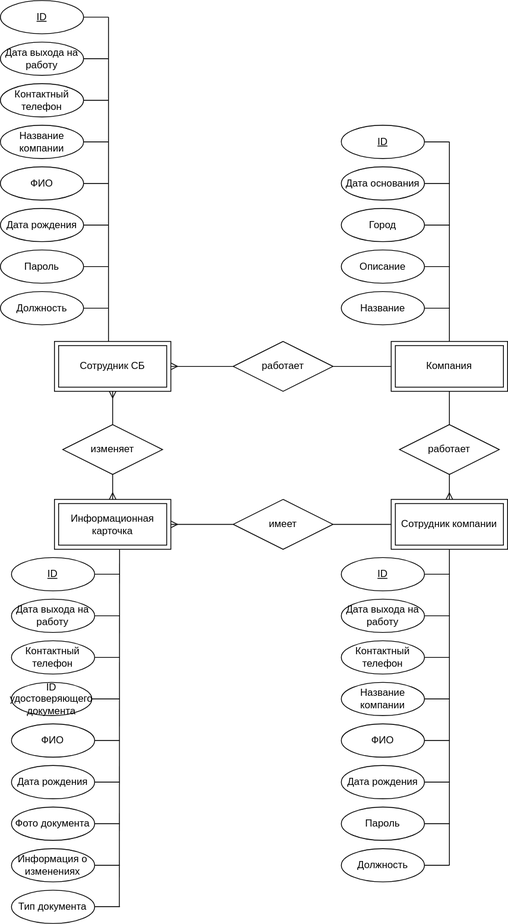
Above: diagrams/ER.svg in pstpn/PPO (draw.io), before the change. Source tidied: cells renumbered, new cells last; positions are measured from the earlier drawing's top-left corner, leaving out a move shared by most shapes.
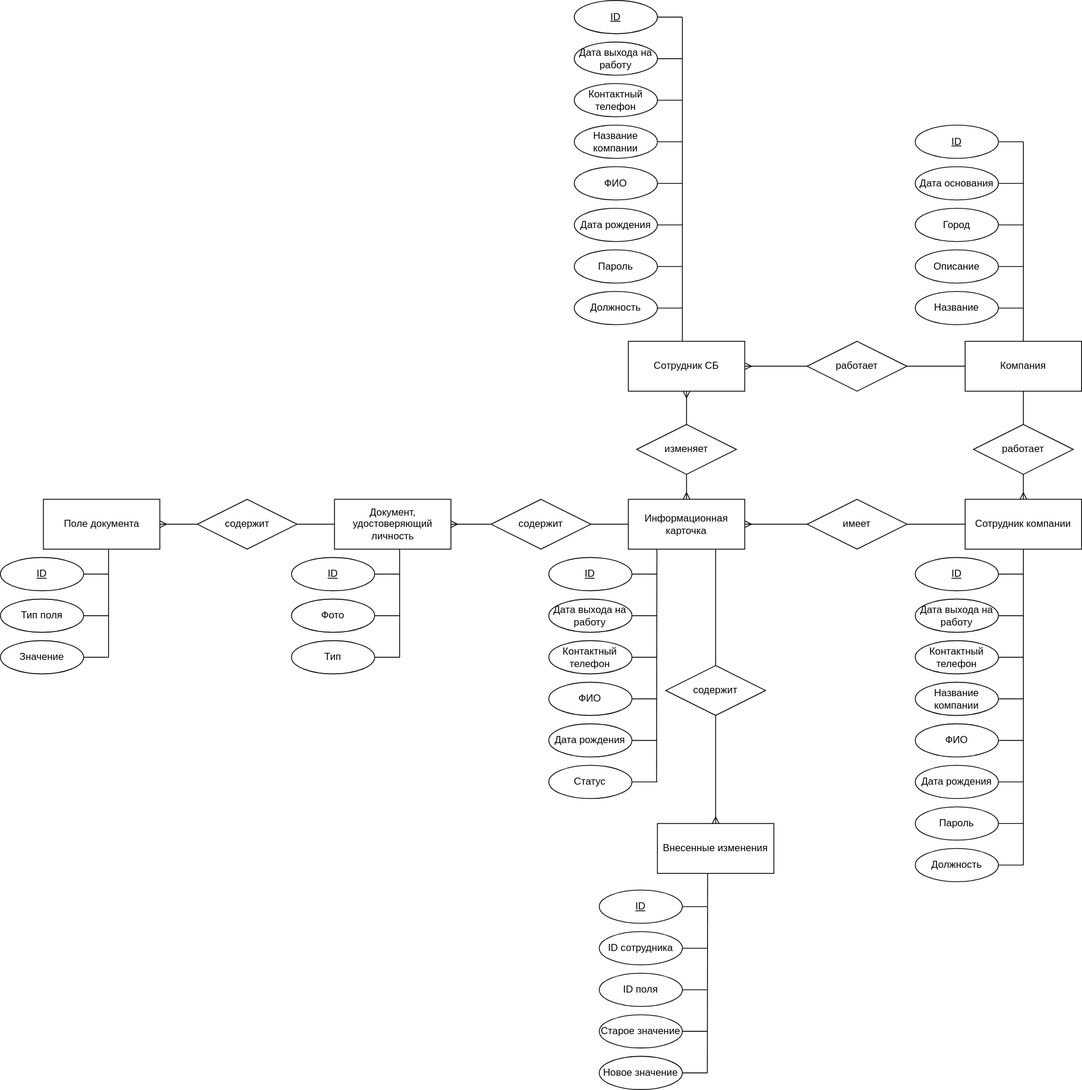
Later version of the same file.

Commit message:
updating ER and use-case

Diff of the diagram source:
```diff
@@ -2,7 +2,7 @@
   <root>
     <mxCell id="0" />
     <mxCell id="1" parent="0" />
-    <mxCell id="2" value="Сотрудник СБ" style="shape=ext;margin=3;double=1;whiteSpace=wrap;html=1;align=center;" parent="1" vertex="1">
+    <mxCell id="2" value="Сотрудник СБ" style="shape=ext;margin=3;double=0;whiteSpace=wrap;html=1;align=center;" parent="1" vertex="1">
       <mxGeometry x="65" y="410" width="140" height="60" as="geometry" />
     </mxCell>
     <mxCell id="3" value="Должность" style="ellipse;whiteSpace=wrap;html=1;align=center;" parent="1" vertex="1">
@@ -31,7 +31,7 @@
     <mxCell id="10" value="работает" style="shape=rhombus;perimeter=rhombusPerimeter;whiteSpace=wrap;html=1;align=center;" parent="1" vertex="1">
       <mxGeometry x="280" y="410" width="120" height="60" as="geometry" />
     </mxCell>
-    <mxCell id="11" value="Компания" style="shape=ext;margin=3;double=1;whiteSpace=wrap;html=1;align=center;" parent="1" vertex="1">
+    <mxCell id="11" value="Компания" style="shape=ext;margin=3;double=0;whiteSpace=wrap;html=1;align=center;" parent="1" vertex="1">
       <mxGeometry x="470" y="410" width="140" height="60" as="geometry" />
     </mxCell>
     <mxCell id="12" value="Название" style="ellipse;whiteSpace=wrap;html=1;align=center;" parent="1" vertex="1">
@@ -61,13 +61,13 @@
     <mxCell id="20" value="Название компании" style="ellipse;whiteSpace=wrap;html=1;align=center;" parent="1" vertex="1">
       <mxGeometry y="150" width="100" height="40" as="geometry" />
     </mxCell>
-    <mxCell id="21" value="Сотрудник компании" style="shape=ext;margin=3;double=1;whiteSpace=wrap;html=1;align=center;" parent="1" vertex="1">
+    <mxCell id="21" value="Сотрудник компании" style="shape=ext;margin=3;double=0;whiteSpace=wrap;html=1;align=center;" parent="1" vertex="1">
       <mxGeometry x="470" y="600" width="140" height="60" as="geometry" />
     </mxCell>
     <mxCell id="22" style="fontSize=12;html=1;endArrow=ERmany;rounded=0;" parent="1" edge="1" source="16" target="21">
       <mxGeometry relative="1" as="geometry" />
     </mxCell>
-    <mxCell id="23" value="Информационная карточка" style="shape=ext;margin=3;double=1;whiteSpace=wrap;html=1;align=center;" parent="1" vertex="1">
+    <mxCell id="23" value="Информационная карточка" style="shape=ext;margin=3;double=0;whiteSpace=wrap;html=1;align=center;" parent="1" vertex="1">
       <mxGeometry x="65" y="600" width="140" height="60" as="geometry" />
     </mxCell>
     <mxCell id="24" style="fontSize=12;html=1;endArrow=ERmany;rounded=0;" parent="1" edge="1" source="26" target="23">
@@ -82,9 +82,6 @@
     <mxCell id="27" value="ФИО" style="ellipse;whiteSpace=wrap;html=1;align=center;" parent="1" vertex="1">
       <mxGeometry y="200" width="100" height="40" as="geometry" />
     </mxCell>
-    <mxCell id="28" value="Тип документа" style="ellipse;whiteSpace=wrap;html=1;align=center;" parent="1" vertex="1">
-      <mxGeometry x="13.3" y="1070" width="100" height="40" as="geometry" />
-    </mxCell>
     <mxCell id="29" style="fontSize=12;html=1;endArrow=ERmany;rounded=0;" parent="1" edge="1" source="31" target="2">
       <mxGeometry relative="1" as="geometry" />
     </mxCell>
@@ -244,81 +241,201 @@
         <mxPoint x="540" y="1040" as="sourcePoint" />
       </mxGeometry>
     </mxCell>
-    <mxCell id="64" value="Информация о изменениях" style="ellipse;whiteSpace=wrap;html=1;align=center;" parent="1" vertex="1">
-      <mxGeometry x="13.3" y="1020" width="100" height="40" as="geometry" />
-    </mxCell>
     <mxCell id="65" value="ID" style="ellipse;whiteSpace=wrap;html=1;align=center;fontStyle=4;" parent="1" vertex="1">
-      <mxGeometry x="13.3" y="670" width="100" height="40" as="geometry" />
+      <mxGeometry x="-30.6" y="670" width="100" height="40" as="geometry" />
     </mxCell>
     <mxCell id="66" value="Дата выхода на работу" style="ellipse;whiteSpace=wrap;html=1;align=center;" parent="1" vertex="1">
-      <mxGeometry x="13.3" y="720" width="100" height="40" as="geometry" />
+      <mxGeometry x="-30.6" y="720" width="100" height="40" as="geometry" />
     </mxCell>
     <mxCell id="67" value="Контактный телефон" style="ellipse;whiteSpace=wrap;html=1;align=center;" parent="1" vertex="1">
-      <mxGeometry x="13.3" y="770" width="100" height="40" as="geometry" />
+      <mxGeometry x="-30.6" y="770" width="100" height="40" as="geometry" />
     </mxCell>
-    <mxCell id="68" value="Фото документа" style="ellipse;whiteSpace=wrap;html=1;align=center;" parent="1" vertex="1">
-      <mxGeometry x="13.3" y="970" width="100" height="40" as="geometry" />
-    </mxCell>
     <mxCell id="69" value="Дата рождения" style="ellipse;whiteSpace=wrap;html=1;align=center;" parent="1" vertex="1">
-      <mxGeometry x="13.3" y="920" width="100" height="40" as="geometry" />
+      <mxGeometry x="-30.6" y="870" width="100" height="40" as="geometry" />
     </mxCell>
-    <mxCell id="70" value="ID удостоверяющего документа" style="ellipse;whiteSpace=wrap;html=1;align=center;" parent="1" vertex="1">
-      <mxGeometry x="13.3" y="820" width="96.7" height="40" as="geometry" />
-    </mxCell>
     <mxCell id="71" value="ФИО" style="ellipse;whiteSpace=wrap;html=1;align=center;" parent="1" vertex="1">
-      <mxGeometry x="13.3" y="870" width="100" height="40" as="geometry" />
+      <mxGeometry x="-30.6" y="820" width="100" height="40" as="geometry" />
     </mxCell>
     <mxCell id="72" style="endArrow=none;html=1;rounded=0;" parent="1" edge="1" source="66">
       <mxGeometry relative="1" as="geometry">
-        <mxPoint x="143.3" y="740" as="targetPoint" />
+        <mxPoint x="99.4" y="740" as="targetPoint" />
       </mxGeometry>
     </mxCell>
     <mxCell id="73" style="endArrow=none;html=1;rounded=0;" parent="1" edge="1" source="65">
       <mxGeometry relative="1" as="geometry">
-        <mxPoint x="143.3" y="690" as="targetPoint" />
+        <mxPoint x="99.4" y="690" as="targetPoint" />
       </mxGeometry>
     </mxCell>
     <mxCell id="74" style="endArrow=none;html=1;rounded=0;" parent="1" edge="1" source="67">
       <mxGeometry relative="1" as="geometry">
-        <mxPoint x="143.3" y="790" as="targetPoint" />
+        <mxPoint x="99.4" y="790" as="targetPoint" />
       </mxGeometry>
     </mxCell>
-    <mxCell id="75" style="endArrow=none;html=1;rounded=0;" parent="1" edge="1" source="70">
-      <mxGeometry relative="1" as="geometry">
-        <mxPoint x="143.3" y="840" as="targetPoint" />
-      </mxGeometry>
-    </mxCell>
     <mxCell id="76" style="endArrow=none;html=1;rounded=0;" parent="1" edge="1" source="71">
       <mxGeometry relative="1" as="geometry">
-        <mxPoint x="143.3" y="890" as="targetPoint" />
+        <mxPoint x="99.4" y="840" as="targetPoint" />
       </mxGeometry>
     </mxCell>
     <mxCell id="77" style="endArrow=none;html=1;rounded=0;" parent="1" edge="1" source="69">
       <mxGeometry relative="1" as="geometry">
-        <mxPoint x="143.3" y="940" as="targetPoint" />
+        <mxPoint x="99.4" y="890" as="targetPoint" />
       </mxGeometry>
     </mxCell>
-    <mxCell id="78" style="endArrow=none;html=1;rounded=0;" parent="1" edge="1" source="68">
-      <mxGeometry relative="1" as="geometry">
-        <mxPoint x="143.3" y="990" as="targetPoint" />
-      </mxGeometry>
-    </mxCell>
-    <mxCell id="79" style="endArrow=none;html=1;rounded=0;" parent="1" edge="1" source="64">
-      <mxGeometry relative="1" as="geometry">
-        <mxPoint x="143.3" y="1040" as="targetPoint" />
-      </mxGeometry>
-    </mxCell>
     <mxCell id="80" style="endArrow=none;html=1;rounded=0;" parent="1" edge="1">
       <mxGeometry relative="1" as="geometry">
-        <mxPoint x="143" y="1090" as="sourcePoint" />
-        <mxPoint x="143.3" y="660" as="targetPoint" />
+        <mxPoint x="99" y="940" as="sourcePoint" />
+        <mxPoint x="99.4" y="660" as="targetPoint" />
       </mxGeometry>
     </mxCell>
-    <mxCell id="81" style="endArrow=none;html=1;rounded=0;" parent="1" edge="1">
-      <mxGeometry relative="1" as="geometry">
-        <mxPoint x="113.3" y="1089.7" as="sourcePoint" />
-        <mxPoint x="143.6" y="1089.7" as="targetPoint" />
-      </mxGeometry>
-    </mxCell>
+    <mxCell id="82" value="Документ, удостоверяющий личность" style="shape=ext;margin=3;double=0;whiteSpace=wrap;html=1;align=center;" parent="1" vertex="1">
+      <mxGeometry x="-288.3" y="600" width="140" height="60" as="geometry" />
+    </mxCell>
+    <mxCell id="83" value="ID" style="ellipse;whiteSpace=wrap;html=1;align=center;fontStyle=4;" parent="1" vertex="1">
+      <mxGeometry x="-340" y="670" width="100" height="40" as="geometry" />
+    </mxCell>
+    <mxCell id="84" value="Фото" style="ellipse;whiteSpace=wrap;html=1;align=center;" parent="1" vertex="1">
+      <mxGeometry x="-340" y="720" width="100" height="40" as="geometry" />
+    </mxCell>
+    <mxCell id="85" value="Тип" style="ellipse;whiteSpace=wrap;html=1;align=center;" parent="1" vertex="1">
+      <mxGeometry x="-340" y="770" width="100" height="40" as="geometry" />
+    </mxCell>
+    <mxCell id="86" style="endArrow=none;html=1;rounded=0;" parent="1" edge="1" source="84">
+      <mxGeometry relative="1" as="geometry">
+        <mxPoint x="-210" y="740" as="targetPoint" />
+      </mxGeometry>
+    </mxCell>
+    <mxCell id="87" style="endArrow=none;html=1;rounded=0;" parent="1" edge="1" source="83">
+      <mxGeometry relative="1" as="geometry">
+        <mxPoint x="-210" y="690" as="targetPoint" />
+      </mxGeometry>
+    </mxCell>
+    <mxCell id="88" style="endArrow=none;html=1;rounded=0;" parent="1" edge="1" source="85">
+      <mxGeometry relative="1" as="geometry">
+        <mxPoint x="-210" y="790" as="targetPoint" />
+      </mxGeometry>
+    </mxCell>
+    <mxCell id="89" style="endArrow=none;html=1;rounded=0;" parent="1" edge="1">
+      <mxGeometry relative="1" as="geometry">
+        <mxPoint x="-210" y="790" as="sourcePoint" />
+        <mxPoint x="-210" y="660" as="targetPoint" />
+      </mxGeometry>
+    </mxCell>
+    <mxCell id="90" style="fontSize=12;html=1;endArrow=ERmany;rounded=0;" parent="1" edge="1" source="92" target="82">
+      <mxGeometry relative="1" as="geometry" />
+    </mxCell>
+    <mxCell id="91" style="fontSize=12;html=1;endArrow=none;rounded=0;endFill=0;" parent="1" edge="1" source="92" target="23">
+      <mxGeometry relative="1" as="geometry" />
+    </mxCell>
+    <mxCell id="92" value="содержит" style="shape=rhombus;perimeter=rhombusPerimeter;whiteSpace=wrap;html=1;align=center;" parent="1" vertex="1">
+      <mxGeometry x="-100" y="600" width="120" height="60" as="geometry" />
+    </mxCell>
+    <mxCell id="93" style="fontSize=12;html=1;endArrow=ERmany;rounded=0;" parent="1" edge="1" source="95" target="96">
+      <mxGeometry relative="1" as="geometry" />
+    </mxCell>
+    <mxCell id="94" style="fontSize=12;html=1;endArrow=none;rounded=0;endFill=0;" parent="1" edge="1" source="95" target="82">
+      <mxGeometry relative="1" as="geometry" />
+    </mxCell>
+    <mxCell id="95" value="содержит" style="shape=rhombus;perimeter=rhombusPerimeter;whiteSpace=wrap;html=1;align=center;" parent="1" vertex="1">
+      <mxGeometry x="-453.3" y="600" width="120" height="60" as="geometry" />
+    </mxCell>
+    <mxCell id="96" value="Поле документа" style="shape=ext;margin=3;double=0;whiteSpace=wrap;html=1;align=center;" parent="1" vertex="1">
+      <mxGeometry x="-638.3" y="600" width="140" height="60" as="geometry" />
+    </mxCell>
+    <mxCell id="97" value="ID" style="ellipse;whiteSpace=wrap;html=1;align=center;fontStyle=4;" parent="1" vertex="1">
+      <mxGeometry x="-690" y="670" width="100" height="40" as="geometry" />
+    </mxCell>
+    <mxCell id="98" value="Тип поля" style="ellipse;whiteSpace=wrap;html=1;align=center;" parent="1" vertex="1">
+      <mxGeometry x="-690" y="720" width="100" height="40" as="geometry" />
+    </mxCell>
+    <mxCell id="99" value="Значение" style="ellipse;whiteSpace=wrap;html=1;align=center;" parent="1" vertex="1">
+      <mxGeometry x="-690" y="770" width="100" height="40" as="geometry" />
+    </mxCell>
+    <mxCell id="100" style="endArrow=none;html=1;rounded=0;" parent="1" edge="1" source="98">
+      <mxGeometry relative="1" as="geometry">
+        <mxPoint x="-560" y="740" as="targetPoint" />
+      </mxGeometry>
+    </mxCell>
+    <mxCell id="101" style="endArrow=none;html=1;rounded=0;" parent="1" edge="1" source="97">
+      <mxGeometry relative="1" as="geometry">
+        <mxPoint x="-560" y="690" as="targetPoint" />
+      </mxGeometry>
+    </mxCell>
+    <mxCell id="102" style="endArrow=none;html=1;rounded=0;" parent="1" edge="1" source="99">
+      <mxGeometry relative="1" as="geometry">
+        <mxPoint x="-560" y="790" as="targetPoint" />
+      </mxGeometry>
+    </mxCell>
+    <mxCell id="103" style="endArrow=none;html=1;rounded=0;" parent="1" edge="1">
+      <mxGeometry relative="1" as="geometry">
+        <mxPoint x="-560" y="790" as="sourcePoint" />
+        <mxPoint x="-560" y="660" as="targetPoint" />
+      </mxGeometry>
+    </mxCell>
+    <mxCell id="104" style="fontSize=12;html=1;endArrow=ERmany;rounded=0;" parent="1" edge="1" source="106" target="107">
+      <mxGeometry relative="1" as="geometry" />
+    </mxCell>
+    <mxCell id="105" style="fontSize=12;html=1;endArrow=none;rounded=0;endFill=0;entryX=0.75;entryY=1;entryDx=0;entryDy=0;" parent="1" edge="1" source="106" target="23">
+      <mxGeometry relative="1" as="geometry" />
+    </mxCell>
+    <mxCell id="106" value="содержит" style="shape=rhombus;perimeter=rhombusPerimeter;whiteSpace=wrap;html=1;align=center;" parent="1" vertex="1">
+      <mxGeometry x="110" y="800" width="120" height="60" as="geometry" />
+    </mxCell>
+    <mxCell id="107" value="Внесенные изменения" style="shape=ext;margin=3;double=0;whiteSpace=wrap;html=1;align=center;" parent="1" vertex="1">
+      <mxGeometry x="100" y="990" width="140" height="60" as="geometry" />
+    </mxCell>
+    <mxCell id="108" value="ID" style="ellipse;whiteSpace=wrap;html=1;align=center;fontStyle=4;" parent="1" vertex="1">
+      <mxGeometry x="30" y="1070" width="100" height="40" as="geometry" />
+    </mxCell>
+    <mxCell id="109" value="ID сотрудника" style="ellipse;whiteSpace=wrap;html=1;align=center;" parent="1" vertex="1">
+      <mxGeometry x="30" y="1120" width="100" height="40" as="geometry" />
+    </mxCell>
+    <mxCell id="110" value="ID поля" style="ellipse;whiteSpace=wrap;html=1;align=center;" parent="1" vertex="1">
+      <mxGeometry x="30" y="1170" width="100" height="40" as="geometry" />
+    </mxCell>
+    <mxCell id="111" value="Новое значение" style="ellipse;whiteSpace=wrap;html=1;align=center;" parent="1" vertex="1">
+      <mxGeometry x="30" y="1270" width="100" height="40" as="geometry" />
+    </mxCell>
+    <mxCell id="112" value="Старое значение" style="ellipse;whiteSpace=wrap;html=1;align=center;" parent="1" vertex="1">
+      <mxGeometry x="30" y="1220" width="100" height="40" as="geometry" />
+    </mxCell>
+    <mxCell id="113" style="endArrow=none;html=1;rounded=0;" parent="1" edge="1" source="109">
+      <mxGeometry relative="1" as="geometry">
+        <mxPoint x="160" y="1140" as="targetPoint" />
+      </mxGeometry>
+    </mxCell>
+    <mxCell id="114" style="endArrow=none;html=1;rounded=0;" parent="1" edge="1" source="108">
+      <mxGeometry relative="1" as="geometry">
+        <mxPoint x="160" y="1090" as="targetPoint" />
+      </mxGeometry>
+    </mxCell>
+    <mxCell id="115" style="endArrow=none;html=1;rounded=0;" parent="1" edge="1" source="110">
+      <mxGeometry relative="1" as="geometry">
+        <mxPoint x="160" y="1190" as="targetPoint" />
+      </mxGeometry>
+    </mxCell>
+    <mxCell id="116" style="endArrow=none;html=1;rounded=0;" parent="1" edge="1" source="112">
+      <mxGeometry relative="1" as="geometry">
+        <mxPoint x="160" y="1240" as="targetPoint" />
+      </mxGeometry>
+    </mxCell>
+    <mxCell id="117" style="endArrow=none;html=1;rounded=0;" parent="1" edge="1" source="111">
+      <mxGeometry relative="1" as="geometry">
+        <mxPoint x="160" y="1290" as="targetPoint" />
+      </mxGeometry>
+    </mxCell>
+    <mxCell id="118" style="endArrow=none;html=1;rounded=0;" parent="1" edge="1">
+      <mxGeometry relative="1" as="geometry">
+        <mxPoint x="160" y="1290" as="sourcePoint" />
+        <mxPoint x="160.3" y="1050" as="targetPoint" />
+      </mxGeometry>
+    </mxCell>
+    <mxCell id="119" value="Статус" style="ellipse;whiteSpace=wrap;html=1;align=center;" parent="1" vertex="1">
+      <mxGeometry x="-30.6" y="920" width="100" height="40" as="geometry" />
+    </mxCell>
+    <mxCell id="120" style="endArrow=none;html=1;rounded=0;" parent="1" edge="1" source="119">
+      <mxGeometry relative="1" as="geometry">
+        <mxPoint x="100" y="940" as="targetPoint" />
+      </mxGeometry>
+    </mxCell>
   </root>
 </mxGraphModel>
```
